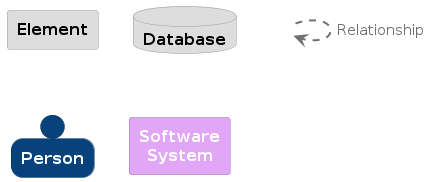
Earlier version of the PlantUML export docs/Architecture/C4/diagrams/structurizr-LoadFile-key.png (markbac/LoveAdmin-Tools).
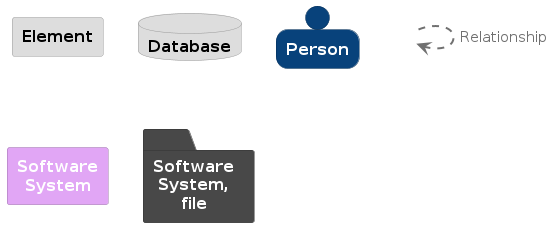
Above is the later version.

Commit message:
chores(C4 diagrams): Update Structurizr diagrams

Diff of the diagram source:
```diff
@@ -44,8 +44,15 @@
 }
 rectangle "==Software System" <<4>>
 
-rectangle "." <<_transparent>> as 5
-5 .[#707070,thickness=2].> 5 : "<color:#707070>Relationship"
+skinparam folder<<5>> {
+  BackgroundColor #484848
+  FontColor #ffffff
+  BorderColor #323232
+}
+folder "==Software System, file" <<5>>
+
+rectangle "." <<_transparent>> as 6
+6 .[#707070,thickness=2].> 6 : "<color:#707070>Relationship"
 
 
 @enduml
```
